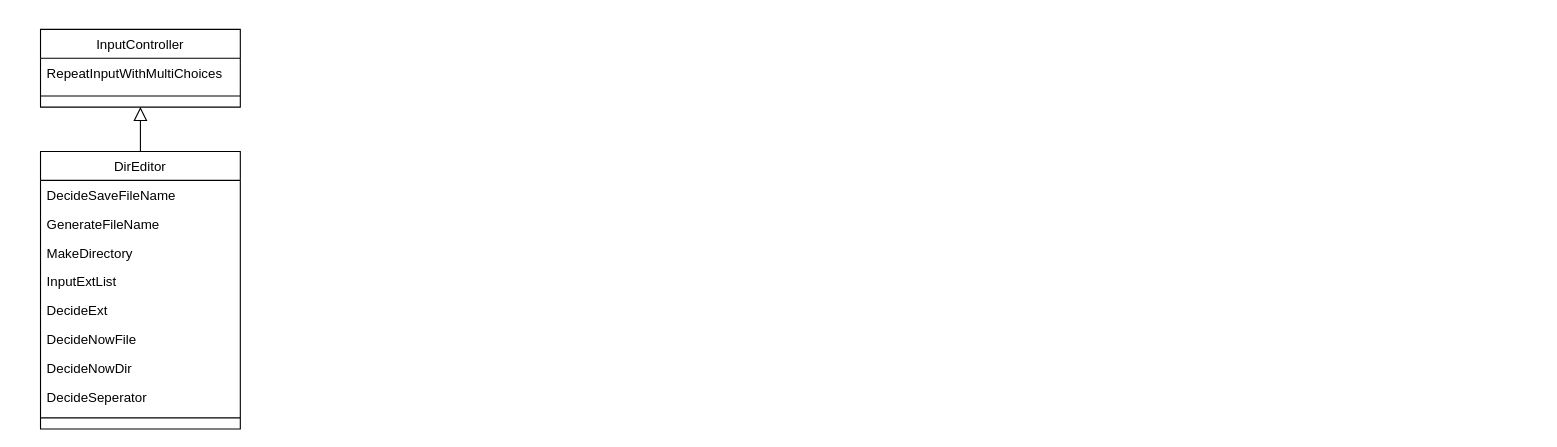
landmaster135/pyclone-tornado keeps this draw.io diagram as page "02_DirEditor" (3 of 7) of LandmasterLibrary/_Module_Diagram.drawio. Above is the earlier version. Source tidied: cells renumbered, new cells numbered last; positions are measured from the earlier drawing's top-left corner, leaving out a move shared by most shapes. Both pictures are drawn from the tidied source at 111%, with x=0, y=0 at pixel (40, 29).
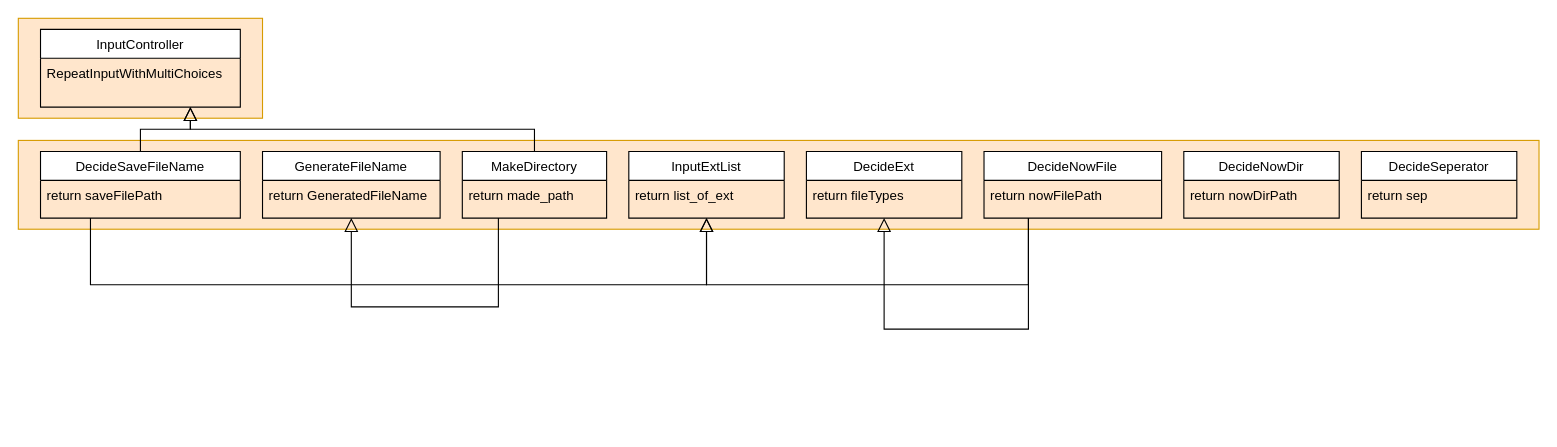
The same diagram, later.

The change refers to these unchanged cells:
```xml
<mxCell id="13" value="InputController" style="swimlane;fontStyle=0;align=center;verticalAlign=top;horizontal=1;startSize=26;rounded=0;shadow=0;strokeWidth=1;" parent="1" vertex="1">
  <mxGeometry width="180" height="70" as="geometry" />
</mxCell>
```

Change to the diagram source:
```diff
@@
+    <mxCell id="16" style="rounded=0;whiteSpace=wrap;html=1;fillColor=#ffe6cc;strokeColor=#d79b00;" parent="1" vertex="1">
+      <mxGeometry x="-20" y="-10" width="220" height="90" as="geometry" />
+    </mxCell>
+    <mxCell id="17" style="rounded=0;whiteSpace=wrap;html=1;fillColor=#ffe6cc;strokeColor=#d79b00;" parent="1" vertex="1">
+      <mxGeometry x="-20" y="100" width="1370" height="80" as="geometry" />
+    </mxCell>
-    <mxCell id="2" style="endArrow=block;endSize=10;endFill=0;shadow=0;strokeWidth=1;rounded=0;edgeStyle=elbowEdgeStyle;elbow=vertical;exitX=0.5;exitY=0;exitDx=0;exitDy=0;entryX=0.5;entryY=1;entryDx=0;entryDy=0;" parent="1" edge="1" source="3" target="13">
+    <mxCell id="2" style="endArrow=block;endSize=10;endFill=0;shadow=0;strokeWidth=1;rounded=0;edgeStyle=elbowEdgeStyle;elbow=vertical;exitX=0.5;exitY=0;exitDx=0;exitDy=0;entryX=0.75;entryY=1;entryDx=0;entryDy=0;" parent="1" edge="1" source="3" target="13">
       <mxGeometry relative="1" as="geometry" />
     </mxCell>
-    <mxCell id="3" value="DirEditor" style="swimlane;fontStyle=0;align=center;verticalAlign=top;horizontal=1;startSize=26;rounded=0;shadow=0;strokeWidth=1;" parent="1" vertex="1">
-      <mxGeometry y="110" width="180" height="250" as="geometry" />
+    <mxCell id="3" value="DecideSaveFileName" style="swimlane;fontStyle=0;align=center;verticalAlign=top;horizontal=1;startSize=26;rounded=0;shadow=0;strokeWidth=1;" parent="1" vertex="1">
+      <mxGeometry y="110" width="180" height="60" as="geometry" />
     </mxCell>
-    <mxCell id="4" value="DecideSaveFileName" style="text;align=left;verticalAlign=top;spacingLeft=4;spacingRight=4;overflow=hidden;" parent="3" vertex="1">
+    <mxCell id="4" value="return saveFilePath" style="text;align=left;verticalAlign=top;spacingLeft=4;spacingRight=4;overflow=hidden;" parent="3" vertex="1">
       <mxGeometry y="26" width="180" height="26" as="geometry" />
     </mxCell>
-    <mxCell id="5" value="GenerateFileName" style="text;align=left;verticalAlign=top;spacingLeft=4;spacingRight=4;overflow=hidden;points=[[0,0.5],[1,0.5]];portConstraint=eastwest;rounded=0;shadow=0;html=0;" parent="3" vertex="1">
-      <mxGeometry y="52" width="180" height="26" as="geometry" />
-    </mxCell>
-    <mxCell id="6" value="MakeDirectory" style="text;align=left;verticalAlign=top;spacingLeft=4;spacingRight=4;overflow=hidden;points=[[0,0.5],[1,0.5]];portConstraint=eastwest;rounded=0;shadow=0;html=0;" parent="3" vertex="1">
-      <mxGeometry y="78" width="180" height="26" as="geometry" />
-    </mxCell>
-    <mxCell id="7" value="InputExtList" style="text;align=left;verticalAlign=top;spacingLeft=4;spacingRight=4;overflow=hidden;points=[[0,0.5],[1,0.5]];portConstraint=eastwest;rounded=0;shadow=0;html=0;" parent="3" vertex="1">
-      <mxGeometry y="104" width="180" height="26" as="geometry" />
-    </mxCell>
-    <mxCell id="8" value="DecideExt" style="text;align=left;verticalAlign=top;spacingLeft=4;spacingRight=4;overflow=hidden;points=[[0,0.5],[1,0.5]];portConstraint=eastwest;rounded=0;shadow=0;html=0;" parent="3" vertex="1">
-      <mxGeometry y="130" width="180" height="26" as="geometry" />
-    </mxCell>
-    <mxCell id="9" value="DecideNowFile" style="text;align=left;verticalAlign=top;spacingLeft=4;spacingRight=4;overflow=hidden;points=[[0,0.5],[1,0.5]];portConstraint=eastwest;rounded=0;shadow=0;html=0;" parent="3" vertex="1">
-      <mxGeometry y="156" width="180" height="26" as="geometry" />
-    </mxCell>
-    <mxCell id="10" value="DecideNowDir" style="text;align=left;verticalAlign=top;spacingLeft=4;spacingRight=4;overflow=hidden;rounded=0;shadow=0;html=0;" parent="3" vertex="1">
-      <mxGeometry y="182" width="180" height="26" as="geometry" />
-    </mxCell>
-    <mxCell id="11" value="DecideSeperator" style="text;align=left;verticalAlign=top;spacingLeft=4;spacingRight=4;overflow=hidden;rounded=0;shadow=0;html=0;" parent="3" vertex="1">
-      <mxGeometry y="208" width="180" height="26" as="geometry" />
-    </mxCell>
-    <mxCell id="12" style="endArrow=none;html=1;" parent="3" edge="1">
-      <mxGeometry relative="1" as="geometry">
-        <mxPoint y="240" as="sourcePoint" />
-        <mxPoint x="180" y="240" as="targetPoint" />
-      </mxGeometry>
-    </mxCell>
@@
-    <mxCell id="15" style="endArrow=none;html=1;" parent="13" edge="1">
-      <mxGeometry relative="1" as="geometry">
-        <mxPoint y="60" as="sourcePoint" />
-        <mxPoint x="180" y="60" as="targetPoint" />
-      </mxGeometry>
-    </mxCell>
+    <mxCell id="5" value="GenerateFileName" style="swimlane;fontStyle=0;align=center;verticalAlign=top;horizontal=1;startSize=26;rounded=0;shadow=0;strokeWidth=1;" parent="1" vertex="1">
+      <mxGeometry x="200" y="110" width="160" height="60" as="geometry" />
+    </mxCell>
+    <mxCell id="18" value="return GeneratedFileName" style="text;align=left;verticalAlign=top;spacingLeft=4;spacingRight=4;overflow=hidden;rounded=0;shadow=0;html=0;" parent="5" vertex="1">
+      <mxGeometry y="26" width="160" height="26" as="geometry" />
+    </mxCell>
+    <mxCell id="6" value="MakeDirectory" style="swimlane;fontStyle=0;align=center;verticalAlign=top;horizontal=1;startSize=26;rounded=0;shadow=0;strokeWidth=1;" parent="1" vertex="1">
+      <mxGeometry x="380" y="110" width="130" height="60" as="geometry" />
+    </mxCell>
+    <mxCell id="19" value="return made_path" style="text;align=left;verticalAlign=top;spacingLeft=4;spacingRight=4;overflow=hidden;" parent="6" vertex="1">
+      <mxGeometry y="26" width="130" height="26" as="geometry" />
+    </mxCell>
+    <mxCell id="9" value="DecideNowFile" style="swimlane;fontStyle=0;align=center;verticalAlign=top;horizontal=1;startSize=26;rounded=0;shadow=0;strokeWidth=1;" parent="1" vertex="1">
+      <mxGeometry x="850" y="110" width="160" height="60" as="geometry" />
+    </mxCell>
+    <mxCell id="20" value="return nowFilePath" style="text;align=left;verticalAlign=top;spacingLeft=4;spacingRight=4;overflow=hidden;" parent="9" vertex="1">
+      <mxGeometry y="26" width="160" height="26" as="geometry" />
+    </mxCell>
+    <mxCell id="8" value="DecideExt" style="swimlane;fontStyle=0;align=center;verticalAlign=top;horizontal=1;startSize=26;rounded=0;shadow=0;strokeWidth=1;" parent="1" vertex="1">
+      <mxGeometry x="690" y="110" width="140" height="60" as="geometry" />
+    </mxCell>
+    <mxCell id="21" value="return fileTypes" style="text;align=left;verticalAlign=top;spacingLeft=4;spacingRight=4;overflow=hidden;" parent="8" vertex="1">
+      <mxGeometry y="26" width="140" height="26" as="geometry" />
+    </mxCell>
+    <mxCell id="7" value="InputExtList" style="swimlane;fontStyle=0;align=center;verticalAlign=top;horizontal=1;startSize=26;rounded=0;shadow=0;strokeWidth=1;" parent="1" vertex="1">
+      <mxGeometry x="530" y="110" width="140" height="60" as="geometry" />
+    </mxCell>
+    <mxCell id="22" value="return list_of_ext" style="text;align=left;verticalAlign=top;spacingLeft=4;spacingRight=4;overflow=hidden;" parent="7" vertex="1">
+      <mxGeometry y="26" width="140" height="26" as="geometry" />
+    </mxCell>
+    <mxCell id="10" value="DecideNowDir" style="swimlane;fontStyle=0;align=center;verticalAlign=top;horizontal=1;startSize=26;rounded=0;shadow=0;strokeWidth=1;" parent="1" vertex="1">
+      <mxGeometry x="1030" y="110" width="140" height="60" as="geometry" />
+    </mxCell>
+    <mxCell id="23" value="return nowDirPath" style="text;align=left;verticalAlign=top;spacingLeft=4;spacingRight=4;overflow=hidden;" parent="10" vertex="1">
+      <mxGeometry y="26" width="140" height="26" as="geometry" />
+    </mxCell>
+    <mxCell id="11" value="DecideSeperator" style="swimlane;fontStyle=0;align=center;verticalAlign=top;horizontal=1;startSize=26;rounded=0;shadow=0;strokeWidth=1;" parent="1" vertex="1">
+      <mxGeometry x="1190" y="110" width="140" height="60" as="geometry" />
+    </mxCell>
+    <mxCell id="24" value="return sep" style="text;align=left;verticalAlign=top;spacingLeft=4;spacingRight=4;overflow=hidden;" parent="11" vertex="1">
+      <mxGeometry y="26" width="140" height="26" as="geometry" />
+    </mxCell>
+    <mxCell id="25" style="endArrow=block;endSize=10;endFill=0;shadow=0;strokeWidth=1;rounded=0;edgeStyle=elbowEdgeStyle;elbow=vertical;exitX=0.25;exitY=1;exitDx=0;exitDy=0;entryX=0.5;entryY=1;entryDx=0;entryDy=0;" parent="1" edge="1" source="3" target="7">
+      <mxGeometry relative="1" as="geometry">
+        <Array as="points">
+          <mxPoint x="330" y="230" />
+        </Array>
+      </mxGeometry>
+    </mxCell>
+    <mxCell id="26" style="endArrow=block;endSize=10;endFill=0;shadow=0;strokeWidth=1;rounded=0;edgeStyle=elbowEdgeStyle;elbow=vertical;exitX=0.5;exitY=0;exitDx=0;exitDy=0;entryX=0.75;entryY=1;entryDx=0;entryDy=0;" parent="1" edge="1" source="6" target="13">
+      <mxGeometry relative="1" as="geometry" />
+    </mxCell>
+    <mxCell id="27" style="endArrow=block;endSize=10;endFill=0;shadow=0;strokeWidth=1;rounded=0;edgeStyle=elbowEdgeStyle;elbow=vertical;exitX=0.25;exitY=1;exitDx=0;exitDy=0;entryX=0.5;entryY=1;entryDx=0;entryDy=0;" parent="1" edge="1" source="6" target="5">
+      <mxGeometry relative="1" as="geometry">
+        <Array as="points">
+          <mxPoint x="350" y="250" />
+        </Array>
+      </mxGeometry>
+    </mxCell>
+    <mxCell id="28" style="endArrow=block;endSize=10;endFill=0;shadow=0;strokeWidth=1;rounded=0;edgeStyle=elbowEdgeStyle;elbow=vertical;exitX=0.25;exitY=1;exitDx=0;exitDy=0;entryX=0.5;entryY=1;entryDx=0;entryDy=0;" parent="1" edge="1" source="9" target="8">
+      <mxGeometry relative="1" as="geometry">
+        <Array as="points">
+          <mxPoint x="840" y="270" />
+        </Array>
+      </mxGeometry>
+    </mxCell>
+    <mxCell id="29" style="endArrow=block;endSize=10;endFill=0;shadow=0;strokeWidth=1;rounded=0;edgeStyle=elbowEdgeStyle;elbow=vertical;exitX=0.25;exitY=1;exitDx=0;exitDy=0;entryX=0.5;entryY=1;entryDx=0;entryDy=0;" parent="1" edge="1" source="9" target="7">
+      <mxGeometry relative="1" as="geometry">
+        <Array as="points">
+          <mxPoint x="770" y="230" />
+        </Array>
+      </mxGeometry>
+    </mxCell>
```
